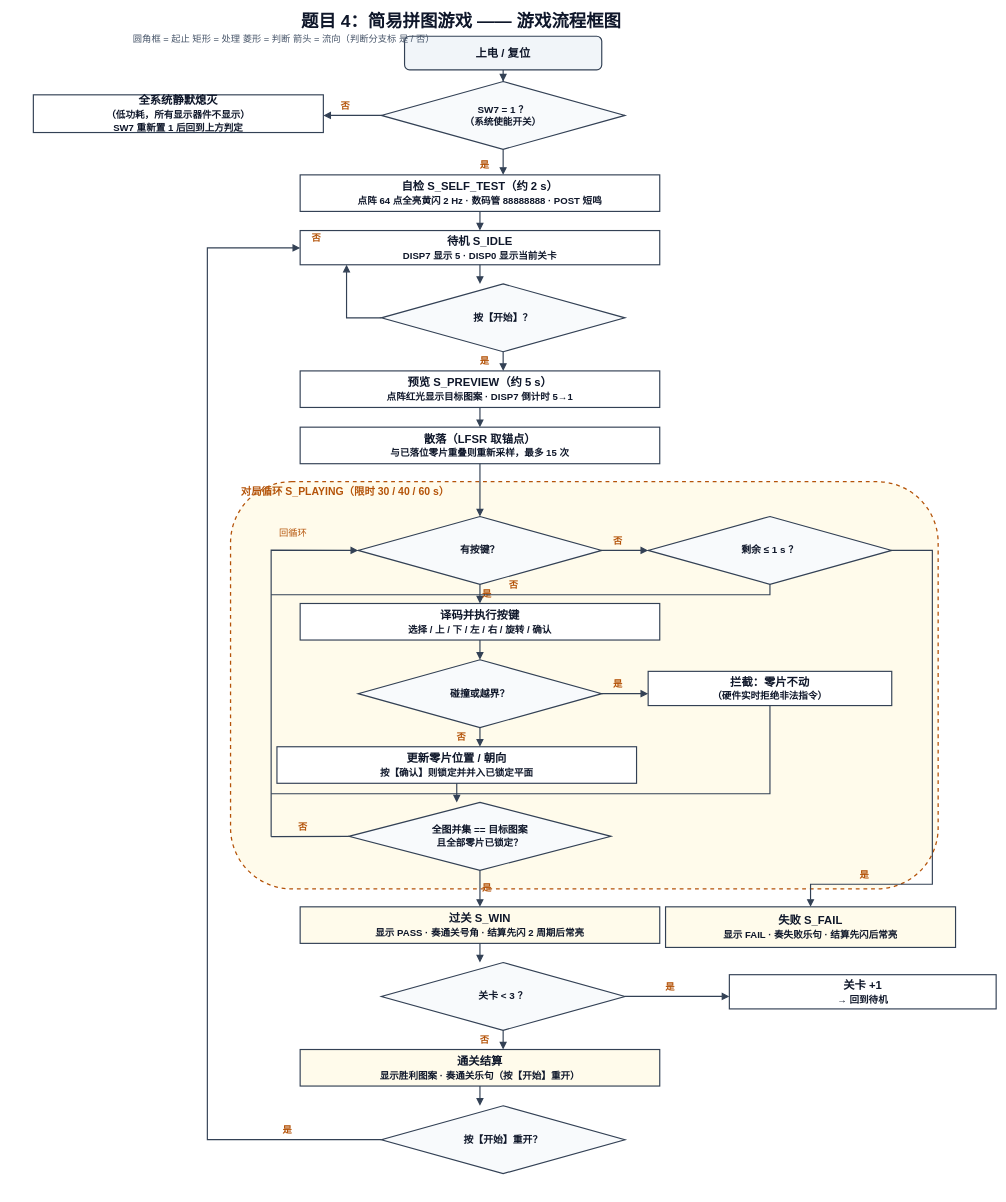
tortrixx/dld keeps this draw.io diagram as docs/report/fig_game_flow.drawio. Above is the earlier version. Source tidied: cells renumbered, new cells numbered last; positions are measured from the earlier drawing's top-left corner, leaving out a move shared by most shapes. Both pictures are drawn from the tidied source at 58%, with x=0, y=0 at pixel (33, 14).
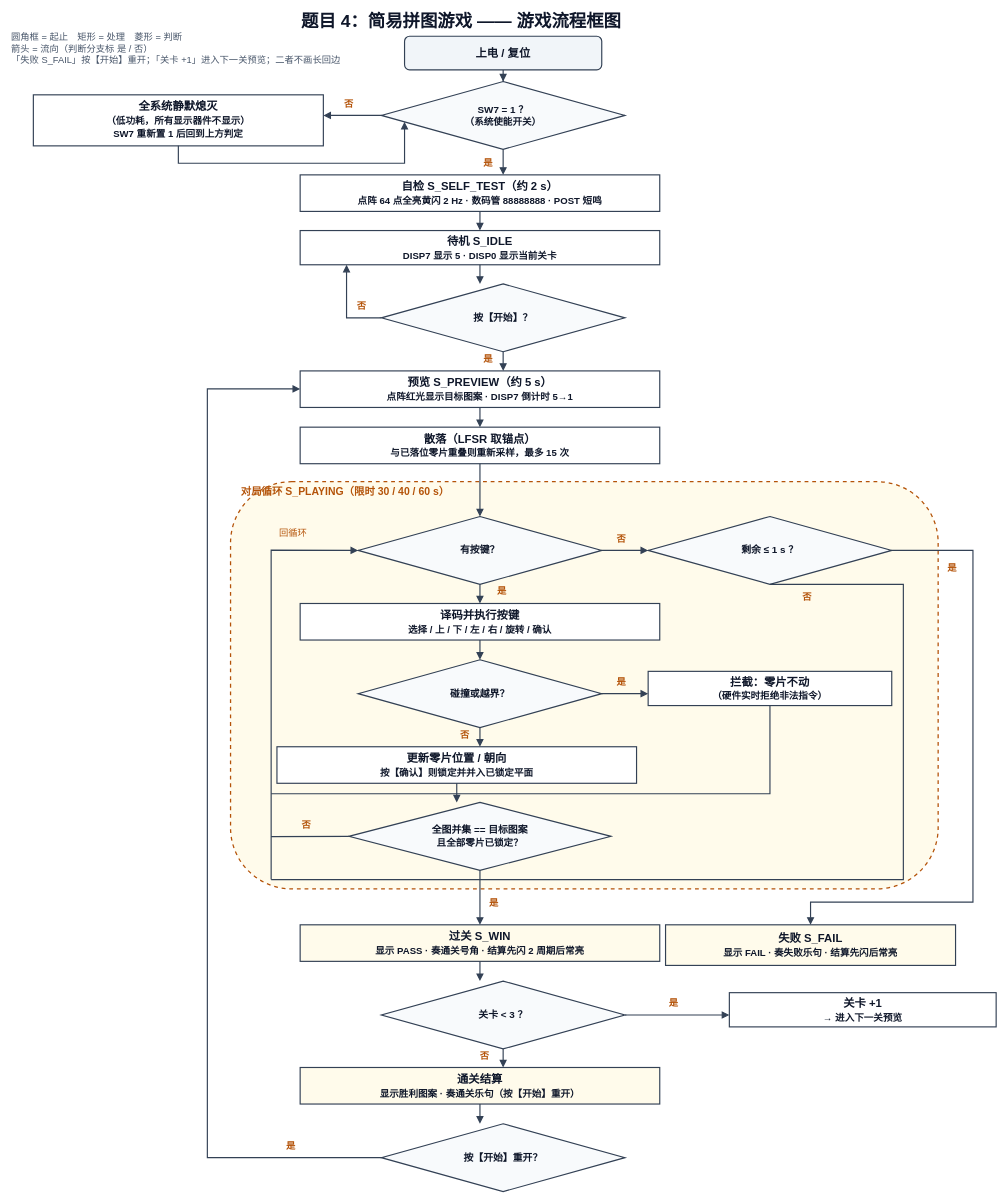
The same page after the edit.

Unchanged cells that the change refers to:
```xml
<mxCell id="8" value="&lt;b&gt;待机 S_IDLE&lt;/b&gt;&lt;br&gt;&lt;span style=&quot;font-size:16.5px&quot;&gt;DISP7 显示 5 · DISP0 显示当前关卡&lt;/span&gt;" style="rounded=0;whiteSpace=wrap;html=1;fillColor=#ffffff;strokeColor=#334155;strokeWidth=2;fontSize=19.5;fontFamily=Microsoft YaHei;fontColor=#0F172A;fontStyle=1;align=center;verticalAlign=middle;dashed=0;" parent="1" vertex="1">
  <mxGeometry x="460" y="372" width="620" height="59" as="geometry" />
</mxCell>
<mxCell id="10" value="&lt;b&gt;预览 S_PREVIEW（约 5 s）&lt;/b&gt;&lt;br&gt;&lt;span style=&quot;font-size:16.5px&quot;&gt;点阵红光显示目标图案 · DISP7 倒计时 5→1&lt;/span&gt;" style="rounded=0;whiteSpace=wrap;html=1;fillColor=#ffffff;strokeColor=#334155;strokeWidth=2;fontSize=19.5;fontFamily=Microsoft YaHei;fontColor=#0F172A;fontStyle=1;align=center;verticalAlign=middle;dashed=0;" parent="1" vertex="1">
  <mxGeometry x="460" y="614" width="620" height="63" as="geometry" />
</mxCell>
<mxCell id="13" value="&lt;b&gt;剩余 ≤ 1 s ？&lt;/b&gt;" style="shape=rhombus;rounded=0;whiteSpace=wrap;html=1;fillColor=#f8fafc;strokeColor=#334155;strokeWidth=2;fontSize=17;fontFamily=Microsoft YaHei;fontColor=#0F172A;fontStyle=1;align=center;verticalAlign=middle;dashed=0;" parent="1" vertex="1">
  <mxGeometry x="1060" y="865" width="420" height="117" as="geometry" />
</mxCell>
```

What changed in the source:
```diff
@@
     <mxCell id="6" value="&lt;b&gt;全系统静默熄灭&lt;/b&gt;&lt;br&gt;&lt;span style=&quot;font-size:16.5px&quot;&gt;（低功耗，所有显示器件不显示）&lt;/span&gt;&lt;br&gt;&lt;span style=&quot;font-size:16.5px&quot;&gt;SW7 重新置 1 后回到上方判定&lt;/span&gt;" style="rounded=0;whiteSpace=wrap;html=1;fillColor=#ffffff;strokeColor=#334155;strokeWidth=2;fontSize=19.5;fontFamily=Microsoft YaHei;fontColor=#0F172A;fontStyle=1;align=center;verticalAlign=middle;dashed=0;" parent="1" vertex="1">
-      <mxGeometry y="138" width="500" height="65" as="geometry" />
+      <mxGeometry y="138" width="500" height="88" as="geometry" />
     </mxCell>
@@
     <mxCell id="19" value="&lt;b&gt;过关 S_WIN&lt;/b&gt;&lt;br&gt;&lt;span style=&quot;font-size:16.5px&quot;&gt;显示 PASS · 奏通关号角 · 结算先闪 2 周期后常亮&lt;/span&gt;" style="rounded=0;whiteSpace=wrap;html=1;fillColor=#fffbeb;strokeColor=#334155;strokeWidth=2;fontSize=19.5;fontFamily=Microsoft YaHei;fontColor=#0F172A;fontStyle=1;align=center;verticalAlign=middle;dashed=0;" parent="1" vertex="1">
-      <mxGeometry x="460" y="1538" width="620" height="63" as="geometry" />
+      <mxGeometry x="460" y="1569" width="620" height="63" as="geometry" />
     </mxCell>
     <mxCell id="20" value="&lt;b&gt;关卡 &lt; 3 ？&lt;/b&gt;" style="shape=rhombus;rounded=0;whiteSpace=wrap;html=1;fillColor=#f8fafc;strokeColor=#334155;strokeWidth=2;fontSize=17;fontFamily=Microsoft YaHei;fontColor=#0F172A;fontStyle=1;align=center;verticalAlign=middle;dashed=0;" parent="1" vertex="1">
-      <mxGeometry x="600" y="1634" width="420" height="117" as="geometry" />
+      <mxGeometry x="600" y="1666" width="420" height="117" as="geometry" />
     </mxCell>
-    <mxCell id="21" value="&lt;b&gt;关卡 +1&lt;/b&gt;&lt;br&gt;&lt;span style=&quot;font-size:16.5px&quot;&gt;→ 回到待机&lt;/span&gt;" style="rounded=0;whiteSpace=wrap;html=1;fillColor=#ffffff;strokeColor=#334155;strokeWidth=2;fontSize=19.5;fontFamily=Microsoft YaHei;fontColor=#0F172A;fontStyle=1;align=center;verticalAlign=middle;dashed=0;" parent="1" vertex="1">
-      <mxGeometry x="1200" y="1655" width="460" height="59" as="geometry" />
+    <mxCell id="21" value="&lt;b&gt;关卡 +1&lt;/b&gt;&lt;br&gt;&lt;span style=&quot;font-size:16.5px&quot;&gt;→ 进入下一关预览&lt;/span&gt;" style="rounded=0;whiteSpace=wrap;html=1;fillColor=#ffffff;strokeColor=#334155;strokeWidth=2;fontSize=19.5;fontFamily=Microsoft YaHei;fontColor=#0F172A;fontStyle=1;align=center;verticalAlign=middle;dashed=0;" parent="1" vertex="1">
+      <mxGeometry x="1200" y="1686" width="460" height="59" as="geometry" />
     </mxCell>
     <mxCell id="22" value="&lt;b&gt;通关结算&lt;/b&gt;&lt;br&gt;&lt;span style=&quot;font-size:16.5px&quot;&gt;显示胜利图案 · 奏通关乐句（按【开始】重开）&lt;/span&gt;" style="rounded=0;whiteSpace=wrap;html=1;fillColor=#fffbeb;strokeColor=#334155;strokeWidth=2;fontSize=19.5;fontFamily=Microsoft YaHei;fontColor=#0F172A;fontStyle=1;align=center;verticalAlign=middle;dashed=0;" parent="1" vertex="1">
-      <mxGeometry x="460" y="1784" width="620" height="63" as="geometry" />
+      <mxGeometry x="460" y="1815" width="620" height="63" as="geometry" />
     </mxCell>
     <mxCell id="23" value="&lt;b&gt;按【开始】重开？&lt;/b&gt;" style="shape=rhombus;rounded=0;whiteSpace=wrap;html=1;fillColor=#f8fafc;strokeColor=#334155;strokeWidth=2;fontSize=17;fontFamily=Microsoft YaHei;fontColor=#0F172A;fontStyle=1;align=center;verticalAlign=middle;dashed=0;" parent="1" vertex="1">
-      <mxGeometry x="600" y="1881" width="420" height="117" as="geometry" />
+      <mxGeometry x="600" y="1912" width="420" height="117" as="geometry" />
     </mxCell>
     <mxCell id="24" value="&lt;b&gt;失败 S_FAIL&lt;/b&gt;&lt;br&gt;&lt;span style=&quot;font-size:16.5px&quot;&gt;显示 FAIL · 奏失败乐句 · 结算先闪后常亮&lt;/span&gt;" style="rounded=0;whiteSpace=wrap;html=1;fillColor=#fffbeb;strokeColor=#334155;strokeWidth=2;fontSize=19.5;fontFamily=Microsoft YaHei;fontColor=#0F172A;fontStyle=1;align=center;verticalAlign=middle;dashed=0;" parent="1" vertex="1">
-      <mxGeometry x="1090" y="1538" width="500" height="70" as="geometry" />
+      <mxGeometry x="1090" y="1569" width="500" height="70" as="geometry" />
     </mxCell>
@@
     <mxCell id="27" value="否" style="text=;html=1;align=left;verticalAlign=middle;fontSize=16;fontFamily=Microsoft YaHei;fontColor=#b45309;fontStyle=1;strokeColor=none;fillColor=none;spacing=2;" parent="1" vertex="1">
-      <mxGeometry x="528" y="146.5" width="44" height="20" as="geometry" />
+      <mxGeometry x="534" y="142.5" width="28" height="20" as="geometry" />
     </mxCell>
@@
     <mxCell id="29" value="是" style="text=;html=1;align=left;verticalAlign=middle;fontSize=16;fontFamily=Microsoft YaHei;fontColor=#b45309;fontStyle=1;strokeColor=none;fillColor=none;spacing=2;" parent="1" vertex="1">
-      <mxGeometry x="768" y="249" width="44" height="20" as="geometry" />
+      <mxGeometry x="774" y="245" width="28" height="20" as="geometry" />
     </mxCell>
@@
     <mxCell id="33" value="否" style="text=;html=1;align=left;verticalAlign=middle;fontSize=16;fontFamily=Microsoft YaHei;fontColor=#b45309;fontStyle=1;strokeColor=none;fillColor=none;spacing=2;" parent="1" vertex="1">
-      <mxGeometry x="478" y="374.5" width="44" height="20" as="geometry" />
+      <mxGeometry x="556" y="491" width="28" height="20" as="geometry" />
     </mxCell>
@@
     <mxCell id="35" value="是" style="text=;html=1;align=left;verticalAlign=middle;fontSize=16;fontFamily=Microsoft YaHei;fontColor=#b45309;fontStyle=1;strokeColor=none;fillColor=none;spacing=2;" parent="1" vertex="1">
-      <mxGeometry x="768" y="587" width="44" height="20" as="geometry" />
+      <mxGeometry x="774" y="583" width="28" height="20" as="geometry" />
     </mxCell>
@@
     <mxCell id="39" value="否" style="text=;html=1;align=left;verticalAlign=middle;fontSize=16;fontFamily=Microsoft YaHei;fontColor=#b45309;fontStyle=1;strokeColor=none;fillColor=none;spacing=2;" parent="1" vertex="1">
-      <mxGeometry x="998" y="896.5" width="44" height="20" as="geometry" />
+      <mxGeometry x="1004" y="892.5" width="28" height="20" as="geometry" />
     </mxCell>
     <mxCell id="40" style="edgeStyle=orthogonalEdgeStyle;rounded=0;html=1;endArrow=block;endFill=1;endSize=8;startArrow=none;startFill=0;strokeColor=#334155;strokeWidth=2;fontSize=16;fontFamily=Microsoft YaHei;fontColor=#334155;labelBackgroundColor=#FFFFFF;dashed=0;jettySize=auto;fixDash=1;" parent="1" edge="1" source="13" target="24">
       <mxGeometry relative="1" as="geometry">
         <Array as="points">
-          <mxPoint x="1550" y="924" />
-          <mxPoint x="1550" y="1499" />
-          <mxPoint x="1340" y="1499" />
+          <mxPoint x="1620" y="924" />
+          <mxPoint x="1620" y="1530" />
+          <mxPoint x="1340" y="1530" />
         </Array>
       </mxGeometry>
     </mxCell>
     <mxCell id="41" value="是" style="text=;html=1;align=left;verticalAlign=middle;fontSize=16;fontFamily=Microsoft YaHei;fontColor=#b45309;fontStyle=1;strokeColor=none;fillColor=none;spacing=2;" parent="1" vertex="1">
-      <mxGeometry x="1423" y="1472" width="44" height="20" as="geometry" />
+      <mxGeometry x="1574" y="944" width="28" height="20" as="geometry" />
     </mxCell>
@@
     <mxCell id="43" value="是" style="text=;html=1;align=left;verticalAlign=middle;fontSize=16;fontFamily=Microsoft YaHei;fontColor=#b45309;fontStyle=1;strokeColor=none;fillColor=none;spacing=2;" parent="1" vertex="1">
-      <mxGeometry x="772" y="987.5" width="44" height="20" as="geometry" />
+      <mxGeometry x="798" y="984" width="28" height="20" as="geometry" />
     </mxCell>
@@
     <mxCell id="46" value="是" style="text=;html=1;align=left;verticalAlign=middle;fontSize=16;fontFamily=Microsoft YaHei;fontColor=#b45309;fontStyle=1;strokeColor=none;fillColor=none;spacing=2;" parent="1" vertex="1">
-      <mxGeometry x="998" y="1143.5" width="44" height="20" as="geometry" />
+      <mxGeometry x="1004" y="1139.5" width="28" height="20" as="geometry" />
     </mxCell>
@@
     <mxCell id="48" style="edgeStyle=none;rounded=0;html=1;endArrow=none;endFill=0;endSize=8;startArrow=none;strokeColor=#334155;strokeWidth=2;dashed=0;lineJoin=round;" parent="1" edge="1">
       <mxGeometry relative="1" as="geometry">
         <mxPoint x="1270" y="982" as="sourcePoint" />
-        <mxPoint x="410" y="1000" as="targetPoint" />
+        <mxPoint x="410" y="1491" as="targetPoint" />
         <Array as="points">
-          <mxPoint x="1270" y="1000" />
+          <mxPoint x="1500" y="982" />
+          <mxPoint x="1500" y="1491" />
         </Array>
       </mxGeometry>
     </mxCell>
     <mxCell id="49" value="否" style="text=;html=1;align=left;verticalAlign=middle;fontSize=16;fontFamily=Microsoft YaHei;fontColor=#b45309;fontStyle=1;strokeColor=none;fillColor=none;spacing=2;" parent="1" vertex="1">
-      <mxGeometry x="818" y="973" width="44" height="20" as="geometry" />
+      <mxGeometry x="1324" y="994" width="28" height="20" as="geometry" />
     </mxCell>
@@
     <mxCell id="51" value="否" style="text=;html=1;align=left;verticalAlign=middle;fontSize=16;fontFamily=Microsoft YaHei;fontColor=#b45309;fontStyle=1;strokeColor=none;fillColor=none;spacing=2;" parent="1" vertex="1">
-      <mxGeometry x="728" y="1235" width="44" height="20" as="geometry" />
+      <mxGeometry x="734" y="1231" width="28" height="20" as="geometry" />
     </mxCell>
@@
     <mxCell id="54" value="否" style="text=;html=1;align=left;verticalAlign=middle;fontSize=16;fontFamily=Microsoft YaHei;fontColor=#b45309;fontStyle=1;strokeColor=none;fillColor=none;spacing=2;" parent="1" vertex="1">
-      <mxGeometry x="455" y="1389.5" width="44" height="20" as="geometry" />
+      <mxGeometry x="461" y="1385.5" width="28" height="20" as="geometry" />
     </mxCell>
@@
     <mxCell id="56" value="是" style="text=;html=1;align=left;verticalAlign=middle;fontSize=16;fontFamily=Microsoft YaHei;fontColor=#b45309;fontStyle=1;strokeColor=none;fillColor=none;spacing=2;" parent="1" vertex="1">
-      <mxGeometry x="772" y="1495.5" width="44" height="20" as="geometry" />
+      <mxGeometry x="784" y="1521" width="28" height="20" as="geometry" />
     </mxCell>
     <mxCell id="57" style="edgeStyle=orthogonalEdgeStyle;rounded=0;html=1;endArrow=block;endFill=1;endSize=8;startArrow=none;startFill=0;strokeColor=#334155;strokeWidth=2;fontSize=16;fontFamily=Microsoft YaHei;fontColor=#334155;labelBackgroundColor=#FFFFFF;dashed=0;jettySize=auto;fixDash=1;" parent="1" edge="1" source="19" target="20">
       <mxGeometry relative="1" as="geometry">
         <Array as="points">
-          <mxPoint x="770" y="1634" />
+          <mxPoint x="770" y="1666" />
         </Array>
       </mxGeometry>
     </mxCell>
     <mxCell id="58" style="edgeStyle=orthogonalEdgeStyle;rounded=0;html=1;endArrow=block;endFill=1;endSize=8;startArrow=none;startFill=0;strokeColor=#334155;strokeWidth=2;fontSize=16;fontFamily=Microsoft YaHei;fontColor=#334155;labelBackgroundColor=#FFFFFF;dashed=0;jettySize=auto;fixDash=1;" parent="1" edge="1" source="20" target="21">
       <mxGeometry relative="1" as="geometry">
         <Array as="points">
-          <mxPoint x="1200" y="1692.5" />
+          <mxPoint x="1200" y="1724.5" />
         </Array>
       </mxGeometry>
     </mxCell>
     <mxCell id="59" value="是" style="text=;html=1;align=left;verticalAlign=middle;fontSize=16;fontFamily=Microsoft YaHei;fontColor=#b45309;fontStyle=1;strokeColor=none;fillColor=none;spacing=2;" parent="1" vertex="1">
-      <mxGeometry x="1088" y="1665.5" width="44" height="20" as="geometry" />
+      <mxGeometry x="1094" y="1693.5" width="28" height="20" as="geometry" />
     </mxCell>
     <mxCell id="60" style="edgeStyle=orthogonalEdgeStyle;rounded=0;html=1;endArrow=block;endFill=1;endSize=8;startArrow=none;startFill=0;strokeColor=#334155;strokeWidth=2;fontSize=16;fontFamily=Microsoft YaHei;fontColor=#334155;labelBackgroundColor=#FFFFFF;dashed=0;jettySize=auto;fixDash=1;" parent="1" edge="1" source="20" target="22">
       <mxGeometry relative="1" as="geometry">
         <Array as="points">
-          <mxPoint x="810" y="1784" />
+          <mxPoint x="810" y="1815" />
         </Array>
       </mxGeometry>
     </mxCell>
     <mxCell id="61" value="否" style="text=;html=1;align=left;verticalAlign=middle;fontSize=16;fontFamily=Microsoft YaHei;fontColor=#b45309;fontStyle=1;strokeColor=none;fillColor=none;spacing=2;" parent="1" vertex="1">
-      <mxGeometry x="768" y="1757" width="44" height="20" as="geometry" />
+      <mxGeometry x="768" y="1785" width="28" height="20" as="geometry" />
     </mxCell>
     <mxCell id="62" style="edgeStyle=orthogonalEdgeStyle;rounded=0;html=1;endArrow=block;endFill=1;endSize=8;startArrow=none;startFill=0;strokeColor=#334155;strokeWidth=2;fontSize=16;fontFamily=Microsoft YaHei;fontColor=#334155;labelBackgroundColor=#FFFFFF;dashed=0;jettySize=auto;fixDash=1;" parent="1" edge="1" source="22" target="23">
       <mxGeometry relative="1" as="geometry">
         <Array as="points">
-          <mxPoint x="770" y="1881" />
+          <mxPoint x="770" y="1912" />
         </Array>
       </mxGeometry>
     </mxCell>
-    <mxCell id="63" style="edgeStyle=orthogonalEdgeStyle;rounded=0;html=1;endArrow=block;endFill=1;endSize=8;startArrow=none;startFill=0;strokeColor=#334155;strokeWidth=2;fontSize=16;fontFamily=Microsoft YaHei;fontColor=#334155;labelBackgroundColor=#FFFFFF;dashed=0;jettySize=auto;fixDash=1;" parent="1" edge="1" source="23" target="8">
+    <mxCell id="63" style="edgeStyle=orthogonalEdgeStyle;rounded=0;html=1;endArrow=block;endFill=1;endSize=8;startArrow=none;startFill=0;strokeColor=#334155;strokeWidth=2;fontSize=16;fontFamily=Microsoft YaHei;fontColor=#334155;labelBackgroundColor=#FFFFFF;dashed=0;jettySize=auto;fixDash=1;" parent="1" edge="1" source="23" target="10">
       <mxGeometry relative="1" as="geometry">
         <Array as="points">
-          <mxPoint x="300" y="1939" />
-          <mxPoint x="300" y="402" />
+          <mxPoint x="300" y="1971" />
+          <mxPoint x="300" y="645" />
         </Array>
       </mxGeometry>
     </mxCell>
     <mxCell id="64" value="是" style="text=;html=1;align=left;verticalAlign=middle;fontSize=16;fontFamily=Microsoft YaHei;fontColor=#b45309;fontStyle=1;strokeColor=none;fillColor=none;spacing=2;" parent="1" vertex="1">
-      <mxGeometry x="428" y="1912" width="44" height="20" as="geometry" />
+      <mxGeometry x="434" y="1939.5" width="28" height="20" as="geometry" />
     </mxCell>
     <mxCell id="65" style="edgeStyle=none;rounded=0;html=1;endArrow=block;endFill=1;endSize=8;startArrow=none;strokeColor=#334155;strokeWidth=2;dashed=0;lineJoin=round;" parent="1" edge="1">
       <mxGeometry relative="1" as="geometry">
-        <mxPoint x="410" y="1417" as="sourcePoint" />
+        <mxPoint x="410" y="1491" as="sourcePoint" />
         <mxPoint x="560" y="923.5" as="targetPoint" />
         <Array as="points">
           <mxPoint x="410" y="923" />
         </Array>
       </mxGeometry>
     </mxCell>
@@
+    <mxCell id="69" style="edgeStyle=none;rounded=0;html=1;endArrow=block;endFill=1;endSize=8;startArrow=none;strokeColor=#334155;strokeWidth=2;dashed=0;lineJoin=round;" parent="1" edge="1">
+      <mxGeometry relative="1" as="geometry">
+        <mxPoint x="250" y="226" as="sourcePoint" />
+        <mxPoint x="640" y="184.6" as="targetPoint" />
+        <Array as="points">
+          <mxPoint x="250" y="256" />
+          <mxPoint x="640" y="256" />
+        </Array>
+      </mxGeometry>
+    </mxCell>
@@
-    <mxCell id="68" value="圆角框 = 起止    矩形 = 处理    菱形 = 判断    箭头 = 流向（判断分支标 是 / 否）" style="text=;html=1;align=left;verticalAlign=middle;fontSize=16;fontFamily=Microsoft YaHei;fontColor=#475569;fontStyle=0;strokeColor=none;fillColor=none;spacing=2;" parent="1" vertex="1">
-      <mxGeometry x="170" y="32" width="1240" height="20" as="geometry" />
-    </mxCell>
+    <mxCell id="70" value="圆角框 = 起止　矩形 = 处理　菱形 = 判断" style="text=;html=1;align=left;verticalAlign=middle;fontSize=16;fontFamily=Microsoft YaHei;fontColor=#475569;fontStyle=0;strokeColor=none;fillColor=none;spacing=2;" parent="1" vertex="1">
+      <mxGeometry x="-40" y="28" width="720" height="20" as="geometry" />
+    </mxCell>
+    <mxCell id="71" value="箭头 = 流向（判断分支标 是 / 否）" style="text=;html=1;align=left;verticalAlign=middle;fontSize=16;fontFamily=Microsoft YaHei;fontColor=#475569;fontStyle=0;strokeColor=none;fillColor=none;spacing=2;" parent="1" vertex="1">
+      <mxGeometry x="-40" y="48" width="720" height="20" as="geometry" />
+    </mxCell>
+    <mxCell id="72" value="「失败 S_FAIL」按【开始】重开；「关卡 +1」进入下一关预览；二者不画长回边" style="text=;html=1;align=left;verticalAlign=middle;fontSize=16;fontFamily=Microsoft YaHei;fontColor=#475569;fontStyle=0;strokeColor=none;fillColor=none;spacing=2;" parent="1" vertex="1">
+      <mxGeometry x="-40" y="68" width="720" height="20" as="geometry" />
+    </mxCell>
```
